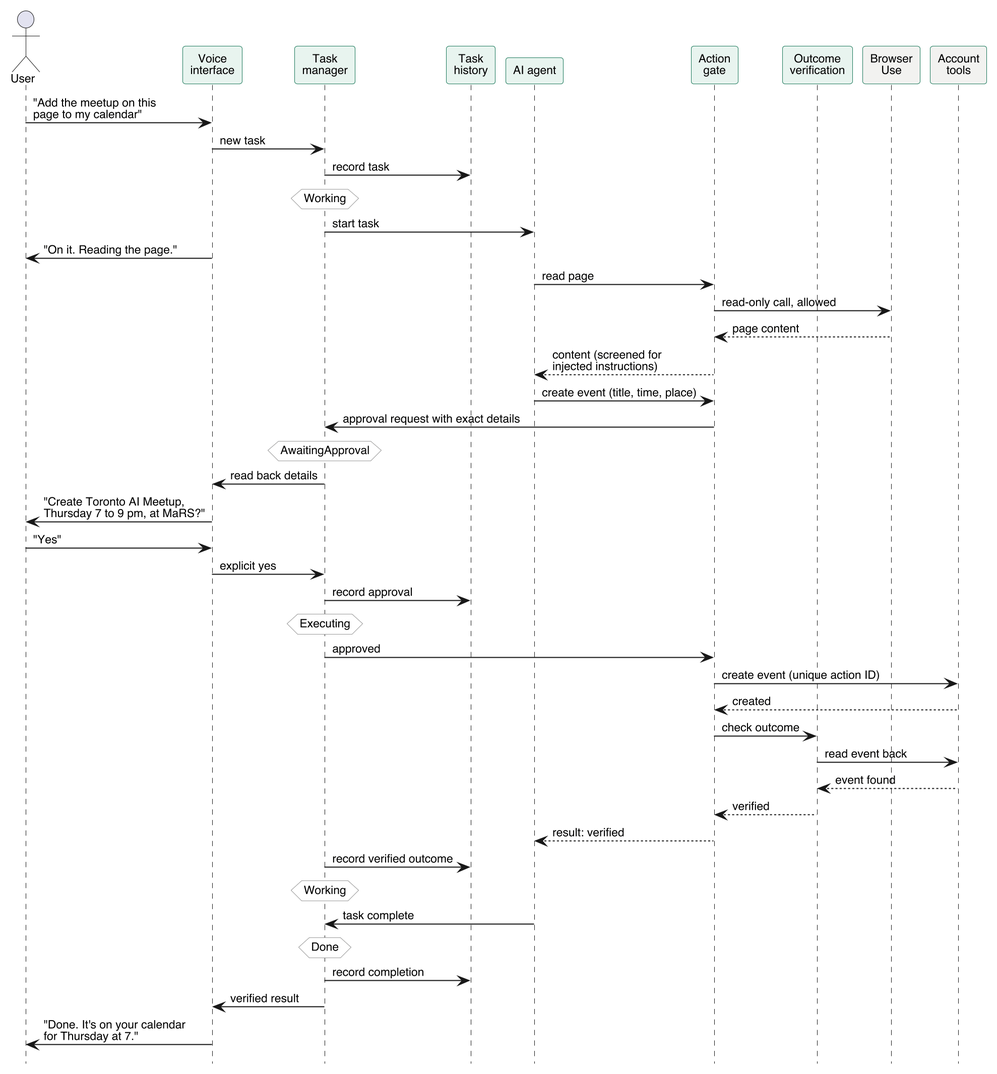
Above: docs/SRS-Meyer/figures/sequence-normal.png in NaturalControl/natural-control (PlantUML), before the change. Source of this version:
```plantuml
@startuml sequence-normal
skinparam dpi 200
skinparam shadowing false
skinparam defaultFontName Helvetica
skinparam defaultFontSize 11
skinparam sequenceMessageAlign left
skinparam ParticipantBackgroundColor #E8F4EF
skinparam ParticipantBorderColor #1D7A5C
skinparam NoteBackgroundColor #FFFFFF
skinparam NoteBorderColor #999999
hide footbox

actor User as user
participant "Voice\ninterface" as voice
participant "Task\nmanager" as tm
participant "Task\nhistory" as hist
participant "AI agent" as agent
participant "Action\ngate" as gate
participant "Outcome\nverification" as verify
participant "Browser\nUse" as browser #F2F2F0
participant "Account\ntools" as accounts #F2F2F0

user -> voice : "Add the meetup on this\npage to my calendar"
voice -> tm : new task
tm -> hist : record task
hnote over tm : Working
tm -> agent : start task
voice -> user : "On it. Reading the page."

agent -> gate : read page
gate -> browser : read-only call, allowed
browser --> gate : page content
gate --> agent : content (screened for\ninjected instructions)

agent -> gate : create event (title, time, place)
gate -> tm : approval request with exact details
hnote over tm : AwaitingApproval
tm -> voice : read back details
voice -> user : "Create Toronto AI Meetup,\nThursday 7 to 9 pm, at MaRS?"
user -> voice : "Yes"
voice -> tm : explicit yes
tm -> hist : record approval
hnote over tm : Executing
tm -> gate : approved

gate -> accounts : create event (unique action ID)
accounts --> gate : created
gate -> verify : check outcome
verify -> accounts : read event back
accounts --> verify : event found
verify --> gate : verified
gate --> agent : result: verified
tm -> hist : record verified outcome
hnote over tm : Working

agent -> tm : task complete
hnote over tm : Done
tm -> hist : record completion
tm -> voice : verified result
voice -> user : "Done. It's on your calendar\nfor Thursday at 7."
@enduml
```
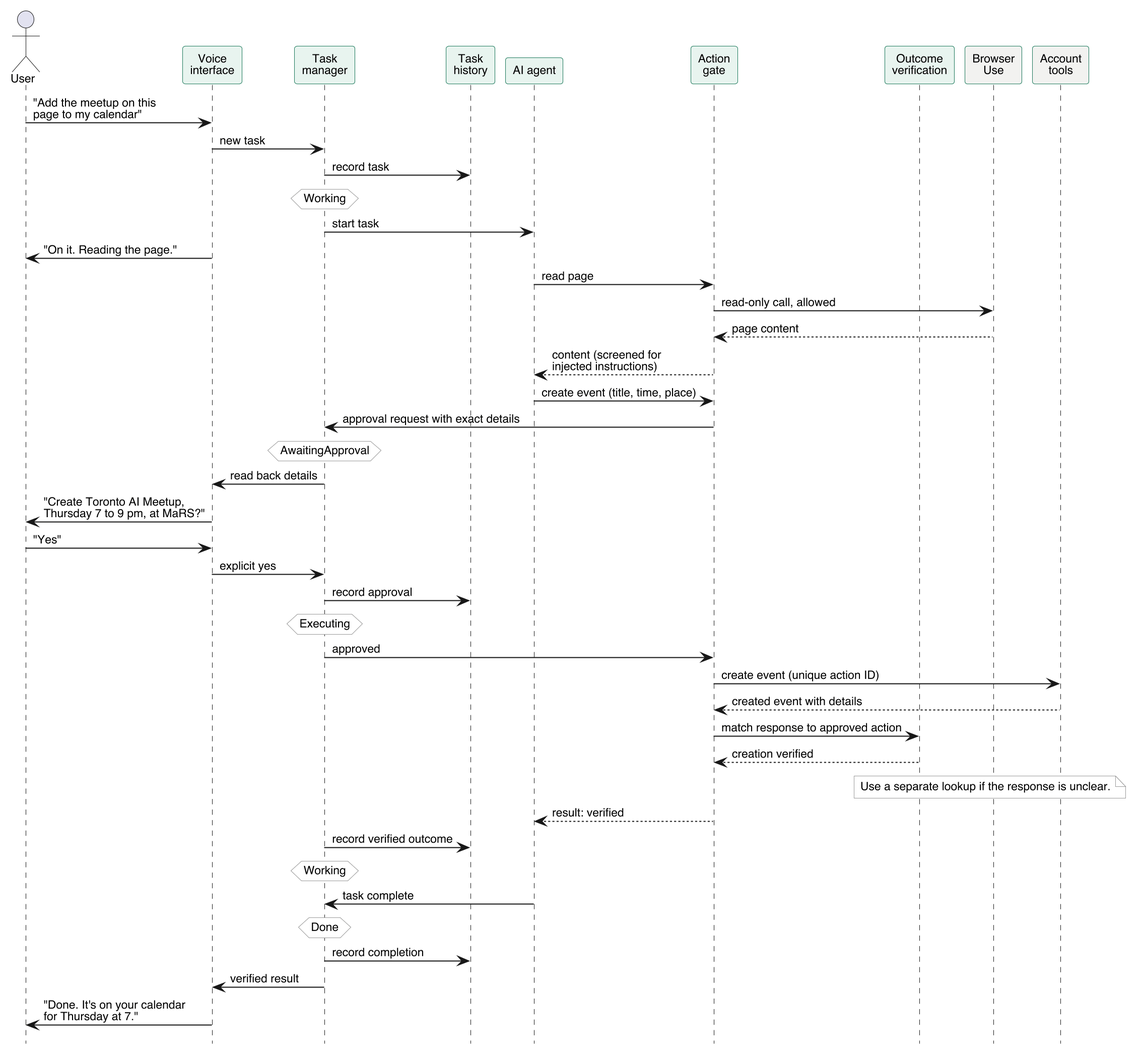
Later version of the same file.

Change to the diagram source:
```diff
@@ -44,11 +44,12 @@
 tm -> gate : approved
 
 gate -> accounts : create event (unique action ID)
-accounts --> gate : created
-gate -> verify : check outcome
-verify -> accounts : read event back
-accounts --> verify : event found
-verify --> gate : verified
+accounts --> gate : created event with details
+gate -> verify : match response to approved action
+verify --> gate : creation verified
+note over verify, accounts
+  Use a separate lookup if the response is unclear.
+end note
 gate --> agent : result: verified
 tm -> hist : record verified outcome
 hnote over tm : Working
```
